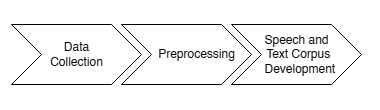
mariefherv/akeanon-stt keeps this draw.io diagram as figures/RD.drawio.png. Above is the earlier version. Source tidied: cells renumbered, new cells last; positions are measured from the earlier drawing's top-left corner, leaving out a move shared by most shapes. Source of this version:
```xml
<mxGraphModel>
  <root>
    <mxCell id="0" />
    <mxCell id="1" parent="0" />
    <mxCell id="2" style="rounded=0;whiteSpace=wrap;html=1;strokeColor=none;" parent="1" vertex="1">
      <mxGeometry width="380" height="110" as="geometry" />
    </mxCell>
    <mxCell id="3" value="Data&lt;div&gt;Collection&lt;/div&gt;" style="html=1;shadow=0;dashed=0;align=center;verticalAlign=middle;shape=mxgraph.arrows2.arrow;dy=0;dx=30;notch=30;" parent="1" vertex="1">
      <mxGeometry x="11" y="25" width="130" height="60" as="geometry" />
    </mxCell>
    <mxCell id="4" value="&amp;nbsp; &amp;nbsp; &amp;nbsp; Preprocessing" style="html=1;shadow=0;dashed=0;align=center;verticalAlign=middle;shape=mxgraph.arrows2.arrow;dy=0;dx=30;notch=30;" parent="1" vertex="1">
      <mxGeometry x="121" y="25" width="130" height="60" as="geometry" />
    </mxCell>
    <mxCell id="5" value="Speech and&lt;div&gt;&amp;nbsp;Text Corpus&lt;/div&gt;&lt;div&gt;&amp;nbsp; Development&lt;/div&gt;" style="html=1;shadow=0;dashed=0;align=center;verticalAlign=middle;shape=mxgraph.arrows2.arrow;dy=0;dx=30;notch=30;" parent="1" vertex="1">
      <mxGeometry x="231" y="25" width="130" height="60" as="geometry" />
    </mxCell>
  </root>
</mxGraphModel>
```
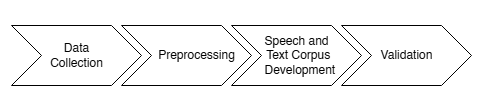
Above is the later version.

Change to the diagram source:
```diff
@@ -3,7 +3,7 @@
     <mxCell id="0" />
     <mxCell id="1" parent="0" />
     <mxCell id="2" style="rounded=0;whiteSpace=wrap;html=1;strokeColor=none;" parent="1" vertex="1">
-      <mxGeometry width="380" height="110" as="geometry" />
+      <mxGeometry width="481" height="110" as="geometry" />
     </mxCell>
     <mxCell id="3" value="Data&lt;div&gt;Collection&lt;/div&gt;" style="html=1;shadow=0;dashed=0;align=center;verticalAlign=middle;shape=mxgraph.arrows2.arrow;dy=0;dx=30;notch=30;" parent="1" vertex="1">
       <mxGeometry x="11" y="25" width="130" height="60" as="geometry" />
@@ -14,5 +14,8 @@
     <mxCell id="5" value="Speech and&lt;div&gt;&amp;nbsp;Text Corpus&lt;/div&gt;&lt;div&gt;&amp;nbsp; Development&lt;/div&gt;" style="html=1;shadow=0;dashed=0;align=center;verticalAlign=middle;shape=mxgraph.arrows2.arrow;dy=0;dx=30;notch=30;" parent="1" vertex="1">
       <mxGeometry x="231" y="25" width="130" height="60" as="geometry" />
     </mxCell>
+    <mxCell id="6" value="Validation" style="html=1;shadow=0;dashed=0;align=center;verticalAlign=middle;shape=mxgraph.arrows2.arrow;dy=0;dx=30;notch=30;" parent="1" vertex="1">
+      <mxGeometry x="341" y="25" width="130" height="60" as="geometry" />
+    </mxCell>
   </root>
 </mxGraphModel>
```
